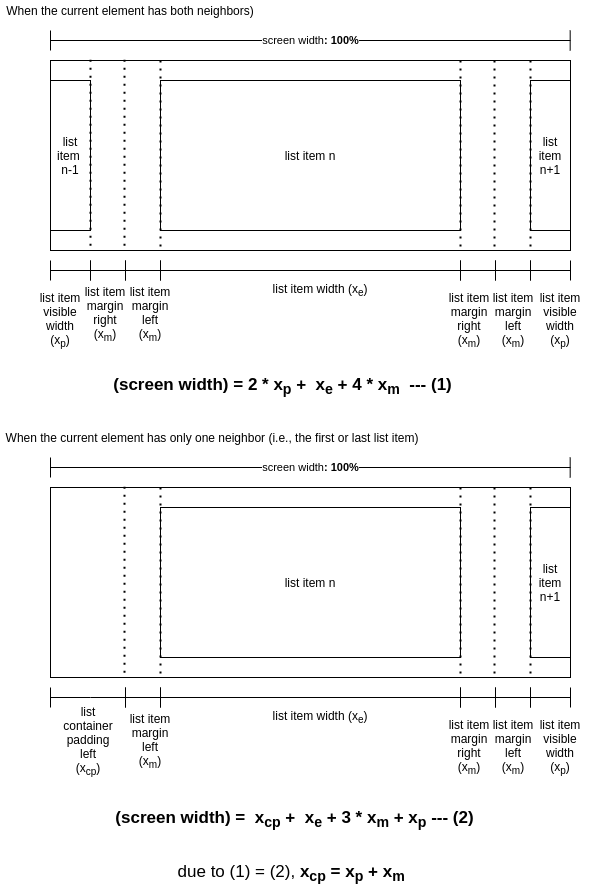
The draw.io diagram list-item-layout-2.png in stsiwo/stsDev-article-horizontal-scroll-list, before a commit. Source tidied: cells renumbered, new cells last; positions are measured from the earlier drawing's top-left corner, leaving out a move shared by most shapes.
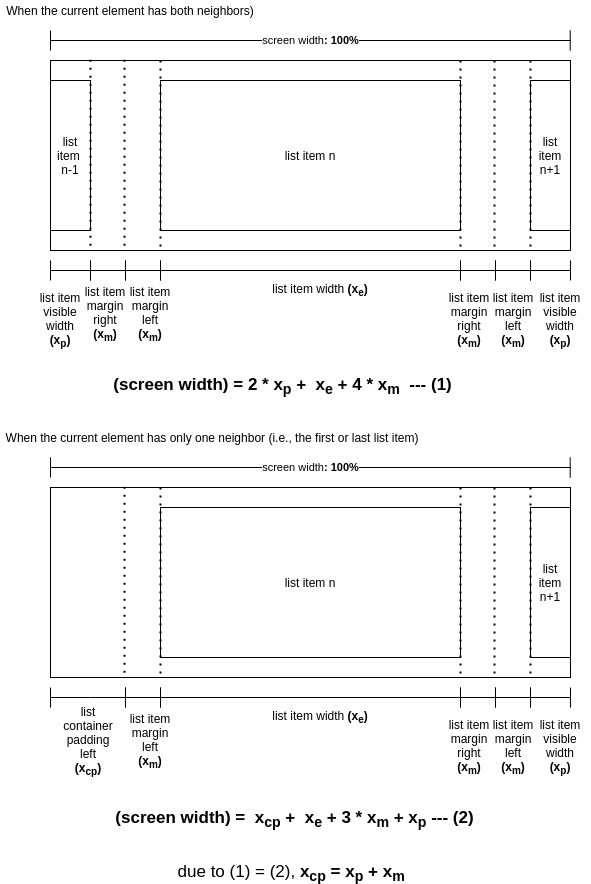
After the change.

Change to the diagram source:
```diff
@@ -52,7 +52,7 @@
         <mxPoint x="530.1" y="250.8" as="targetPoint" />
       </mxGeometry>
     </mxCell>
-    <mxCell id="13" value="list item visible width&lt;br&gt;(x&lt;sub&gt;p&lt;/sub&gt;)" style="text;html=1;strokeColor=none;fillColor=none;align=center;verticalAlign=middle;whiteSpace=wrap;rounded=0;" parent="1" vertex="1">
+    <mxCell id="13" value="list item visible width&lt;br&gt;&lt;b&gt;(x&lt;sub&gt;p&lt;/sub&gt;)&lt;/b&gt;" style="text;html=1;strokeColor=none;fillColor=none;align=center;verticalAlign=middle;whiteSpace=wrap;rounded=0;" parent="1" vertex="1">
       <mxGeometry x="30" y="310" width="60" height="20" as="geometry" />
     </mxCell>
     <mxCell id="14" style="group;" parent="1" vertex="1">
@@ -223,22 +223,22 @@
         <mxPoint x="520" y="10" as="targetPoint" />
       </mxGeometry>
     </mxCell>
-    <mxCell id="46" value="list item width (x&lt;sub&gt;e&lt;/sub&gt;)" style="text;html=1;strokeColor=none;fillColor=none;align=center;verticalAlign=middle;whiteSpace=wrap;rounded=0;" parent="1" vertex="1">
+    <mxCell id="46" value="list item width &lt;b&gt;(x&lt;sub&gt;e&lt;/sub&gt;)&lt;/b&gt;" style="text;html=1;strokeColor=none;fillColor=none;align=center;verticalAlign=middle;whiteSpace=wrap;rounded=0;" parent="1" vertex="1">
       <mxGeometry x="230" y="280" width="180" height="20" as="geometry" />
     </mxCell>
-    <mxCell id="47" value="list item margin&lt;br&gt;right&lt;br&gt;(x&lt;sub&gt;m&lt;/sub&gt;)" style="text;html=1;strokeColor=none;fillColor=none;align=center;verticalAlign=middle;whiteSpace=wrap;rounded=0;" parent="1" vertex="1">
+    <mxCell id="47" value="list item margin&lt;br&gt;right&lt;br&gt;&lt;b&gt;(x&lt;sub&gt;m&lt;/sub&gt;)&lt;/b&gt;" style="text;html=1;strokeColor=none;fillColor=none;align=center;verticalAlign=middle;whiteSpace=wrap;rounded=0;" parent="1" vertex="1">
       <mxGeometry x="74.5" y="304" width="60" height="20" as="geometry" />
     </mxCell>
-    <mxCell id="48" value="list item margin&lt;br&gt;left&lt;br&gt;(x&lt;sub&gt;m&lt;/sub&gt;)" style="text;html=1;strokeColor=none;fillColor=none;align=center;verticalAlign=middle;whiteSpace=wrap;rounded=0;" parent="1" vertex="1">
+    <mxCell id="48" value="list item margin&lt;br&gt;left&lt;br&gt;&lt;b&gt;(x&lt;sub&gt;m&lt;/sub&gt;)&lt;/b&gt;" style="text;html=1;strokeColor=none;fillColor=none;align=center;verticalAlign=middle;whiteSpace=wrap;rounded=0;" parent="1" vertex="1">
       <mxGeometry x="120" y="304" width="60" height="20" as="geometry" />
     </mxCell>
-    <mxCell id="49" value="list item margin&lt;br&gt;right&lt;br&gt;(x&lt;sub&gt;m&lt;/sub&gt;)" style="text;html=1;strokeColor=none;fillColor=none;align=center;verticalAlign=middle;whiteSpace=wrap;rounded=0;" parent="1" vertex="1">
+    <mxCell id="49" value="list item margin&lt;br&gt;right&lt;br&gt;&lt;b&gt;(x&lt;sub&gt;m&lt;/sub&gt;)&lt;/b&gt;" style="text;html=1;strokeColor=none;fillColor=none;align=center;verticalAlign=middle;whiteSpace=wrap;rounded=0;" parent="1" vertex="1">
       <mxGeometry x="439" y="310" width="60" height="20" as="geometry" />
     </mxCell>
-    <mxCell id="50" value="list item margin&lt;br&gt;left&lt;br&gt;(x&lt;sub&gt;m&lt;/sub&gt;)" style="text;html=1;strokeColor=none;fillColor=none;align=center;verticalAlign=middle;whiteSpace=wrap;rounded=0;" parent="1" vertex="1">
+    <mxCell id="50" value="list item margin&lt;br&gt;left&lt;br&gt;&lt;b&gt;(x&lt;sub&gt;m&lt;/sub&gt;)&lt;/b&gt;" style="text;html=1;strokeColor=none;fillColor=none;align=center;verticalAlign=middle;whiteSpace=wrap;rounded=0;" parent="1" vertex="1">
       <mxGeometry x="482.5" y="310" width="60" height="20" as="geometry" />
     </mxCell>
-    <mxCell id="51" value="list item visible width&lt;br&gt;(x&lt;sub&gt;p&lt;/sub&gt;)" style="text;html=1;strokeColor=none;fillColor=none;align=center;verticalAlign=middle;whiteSpace=wrap;rounded=0;" parent="1" vertex="1">
+    <mxCell id="51" value="list item visible width&lt;br&gt;&lt;b&gt;(x&lt;sub&gt;p&lt;/sub&gt;)&lt;/b&gt;" style="text;html=1;strokeColor=none;fillColor=none;align=center;verticalAlign=middle;whiteSpace=wrap;rounded=0;" parent="1" vertex="1">
       <mxGeometry x="530" y="310" width="60" height="20" as="geometry" />
     </mxCell>
     <mxCell id="52" value="When the current element has only one neighbor (i.e., the first or last list item)" style="text;html=1;strokeColor=none;fillColor=none;align=center;verticalAlign=middle;whiteSpace=wrap;rounded=0;" parent="1" vertex="1">
@@ -408,22 +408,22 @@
         <mxPoint x="520" y="10" as="targetPoint" />
       </mxGeometry>
     </mxCell>
-    <mxCell id="85" value="list item width (x&lt;sub&gt;e&lt;/sub&gt;)" style="text;html=1;strokeColor=none;fillColor=none;align=center;verticalAlign=middle;whiteSpace=wrap;rounded=0;" parent="1" vertex="1">
+    <mxCell id="85" value="list item width &lt;b&gt;(x&lt;sub&gt;e&lt;/sub&gt;)&lt;/b&gt;" style="text;html=1;strokeColor=none;fillColor=none;align=center;verticalAlign=middle;whiteSpace=wrap;rounded=0;" parent="1" vertex="1">
       <mxGeometry x="230" y="707" width="180" height="20" as="geometry" />
     </mxCell>
-    <mxCell id="86" value="list container&lt;br&gt;padding&lt;br&gt;left&lt;br&gt;(x&lt;sub&gt;cp&lt;/sub&gt;)" style="text;html=1;strokeColor=none;fillColor=none;align=center;verticalAlign=middle;whiteSpace=wrap;rounded=0;" parent="1" vertex="1">
+    <mxCell id="86" value="list container&lt;br&gt;padding&lt;br&gt;left&lt;br&gt;&lt;b&gt;(x&lt;sub&gt;cp&lt;/sub&gt;)&lt;/b&gt;" style="text;html=1;strokeColor=none;fillColor=none;align=center;verticalAlign=middle;whiteSpace=wrap;rounded=0;" parent="1" vertex="1">
       <mxGeometry x="58" y="731" width="60" height="20" as="geometry" />
     </mxCell>
-    <mxCell id="87" value="list item margin&lt;br&gt;left&lt;br&gt;(x&lt;sub&gt;m&lt;/sub&gt;)" style="text;html=1;strokeColor=none;fillColor=none;align=center;verticalAlign=middle;whiteSpace=wrap;rounded=0;" parent="1" vertex="1">
+    <mxCell id="87" value="list item margin&lt;br&gt;left&lt;br&gt;&lt;b&gt;(x&lt;sub&gt;m&lt;/sub&gt;)&lt;/b&gt;" style="text;html=1;strokeColor=none;fillColor=none;align=center;verticalAlign=middle;whiteSpace=wrap;rounded=0;" parent="1" vertex="1">
       <mxGeometry x="120" y="731" width="60" height="20" as="geometry" />
     </mxCell>
-    <mxCell id="88" value="list item margin&lt;br&gt;right&lt;br&gt;(x&lt;sub&gt;m&lt;/sub&gt;)" style="text;html=1;strokeColor=none;fillColor=none;align=center;verticalAlign=middle;whiteSpace=wrap;rounded=0;" parent="1" vertex="1">
+    <mxCell id="88" value="list item margin&lt;br&gt;right&lt;br&gt;&lt;b&gt;(x&lt;sub&gt;m&lt;/sub&gt;)&lt;/b&gt;" style="text;html=1;strokeColor=none;fillColor=none;align=center;verticalAlign=middle;whiteSpace=wrap;rounded=0;" parent="1" vertex="1">
       <mxGeometry x="439" y="737" width="60" height="20" as="geometry" />
     </mxCell>
-    <mxCell id="89" value="list item margin&lt;br&gt;left&lt;br&gt;(x&lt;sub&gt;m&lt;/sub&gt;)" style="text;html=1;strokeColor=none;fillColor=none;align=center;verticalAlign=middle;whiteSpace=wrap;rounded=0;" parent="1" vertex="1">
+    <mxCell id="89" value="list item margin&lt;br&gt;left&lt;br&gt;&lt;b&gt;(x&lt;sub&gt;m&lt;/sub&gt;)&lt;/b&gt;" style="text;html=1;strokeColor=none;fillColor=none;align=center;verticalAlign=middle;whiteSpace=wrap;rounded=0;" parent="1" vertex="1">
       <mxGeometry x="482.5" y="737" width="60" height="20" as="geometry" />
     </mxCell>
-    <mxCell id="90" value="list item visible width&lt;br&gt;(x&lt;sub&gt;p&lt;/sub&gt;)" style="text;html=1;strokeColor=none;fillColor=none;align=center;verticalAlign=middle;whiteSpace=wrap;rounded=0;" parent="1" vertex="1">
+    <mxCell id="90" value="list item visible width&lt;br&gt;&lt;b&gt;(x&lt;sub&gt;p&lt;/sub&gt;)&lt;/b&gt;" style="text;html=1;strokeColor=none;fillColor=none;align=center;verticalAlign=middle;whiteSpace=wrap;rounded=0;" parent="1" vertex="1">
       <mxGeometry x="530" y="737" width="60" height="20" as="geometry" />
     </mxCell>
     <mxCell id="91" style="endArrow=none;html=1;" parent="1" edge="1">
```
